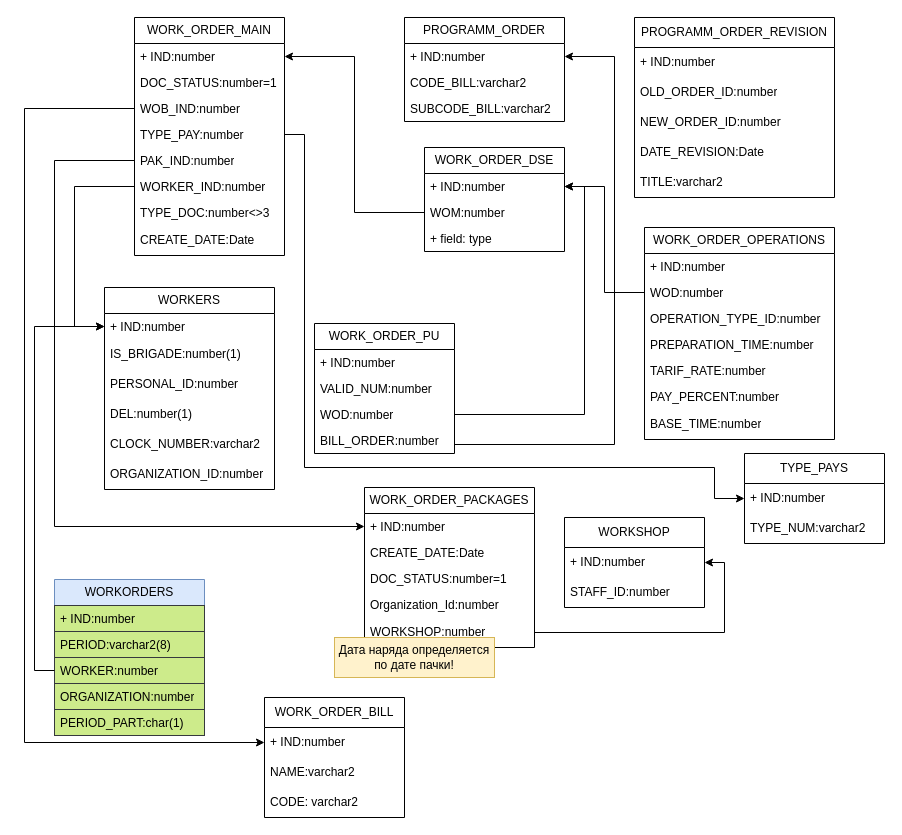
Before: AMR_Наряды.drawio in tkadm/-, a draw.io diagram. Source tidied: cells renumbered, new cells numbered last; positions are measured from the earlier drawing's top-left corner, leaving out a move shared by most shapes. Both pictures are drawn from the tidied source at 100%, with x=0, y=0 at pixel (24, 17).
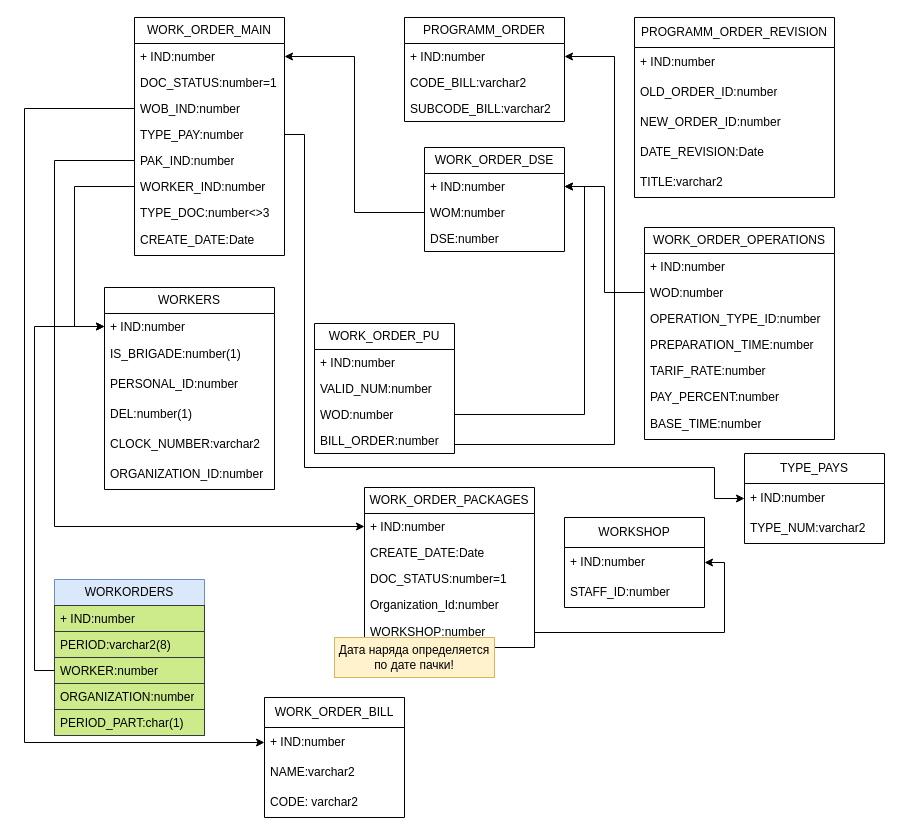
The same diagram, later.

The change refers to these unchanged cells:
```xml
<mxCell id="11" value="WORK_ORDER_DSE" style="swimlane;fontStyle=0;horizontal=1;startSize=26;fillColor=none;whiteSpace=wrap;html=1;" parent="1" vertex="1">
  <mxGeometry x="400" y="130" width="140" height="104" as="geometry" />
</mxCell>
```

Change to the diagram source:
```diff
@@
-    <mxCell id="14" value="+ field: type" style="text;strokeColor=none;fillColor=none;align=left;verticalAlign=top;spacingLeft=4;spacingRight=4;overflow=hidden;whiteSpace=wrap;html=1;" parent="11" vertex="1">
+    <mxCell id="14" value="DSE:number" style="text;strokeColor=none;fillColor=none;align=left;verticalAlign=top;spacingLeft=4;spacingRight=4;overflow=hidden;whiteSpace=wrap;html=1;" parent="11" vertex="1">
       <mxGeometry y="78" width="140" height="26" as="geometry" />
     </mxCell>
```
